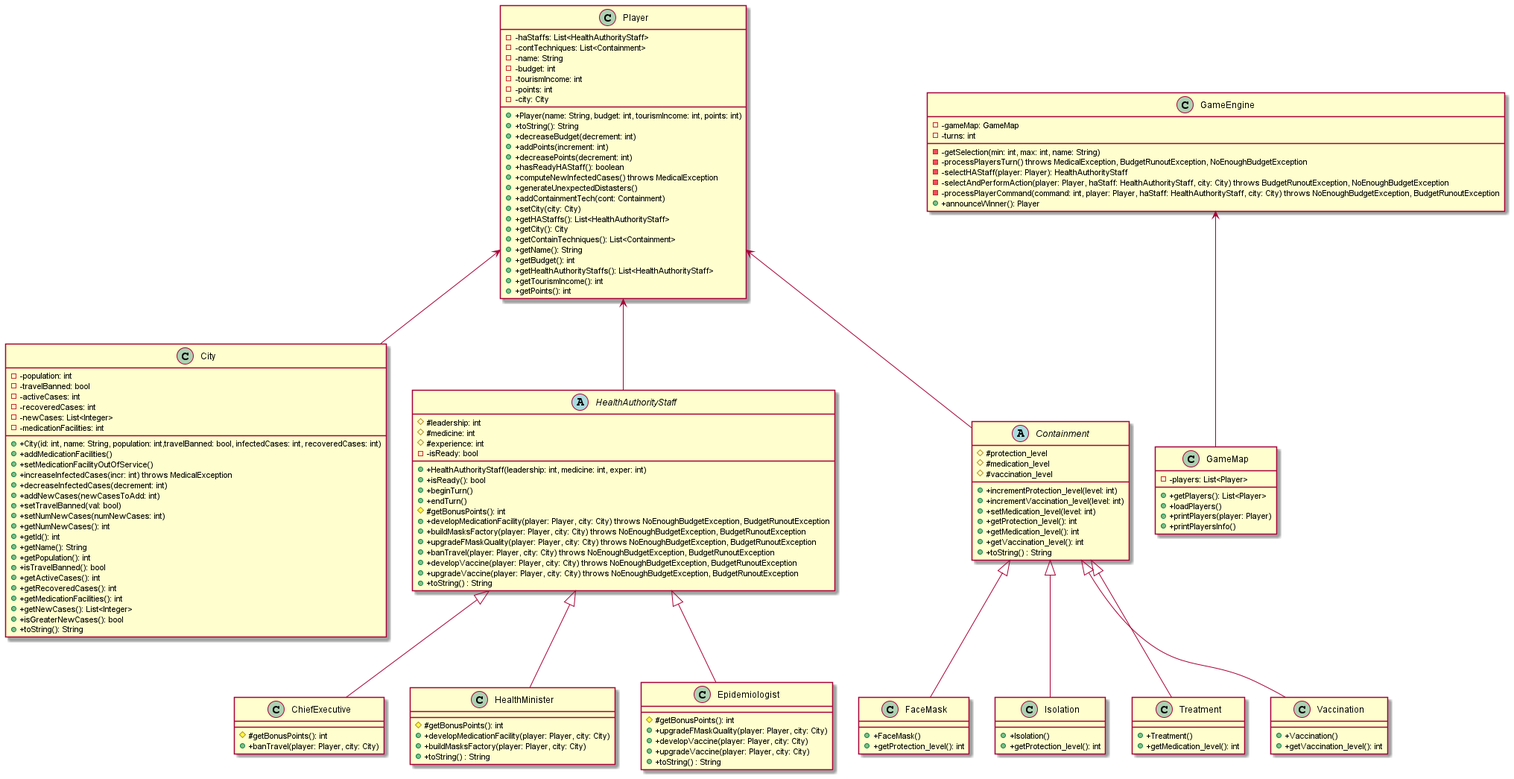
The PlantUML diagram engine.png in ahmad-hl/comp3021-corona-spring2021, before a commit.
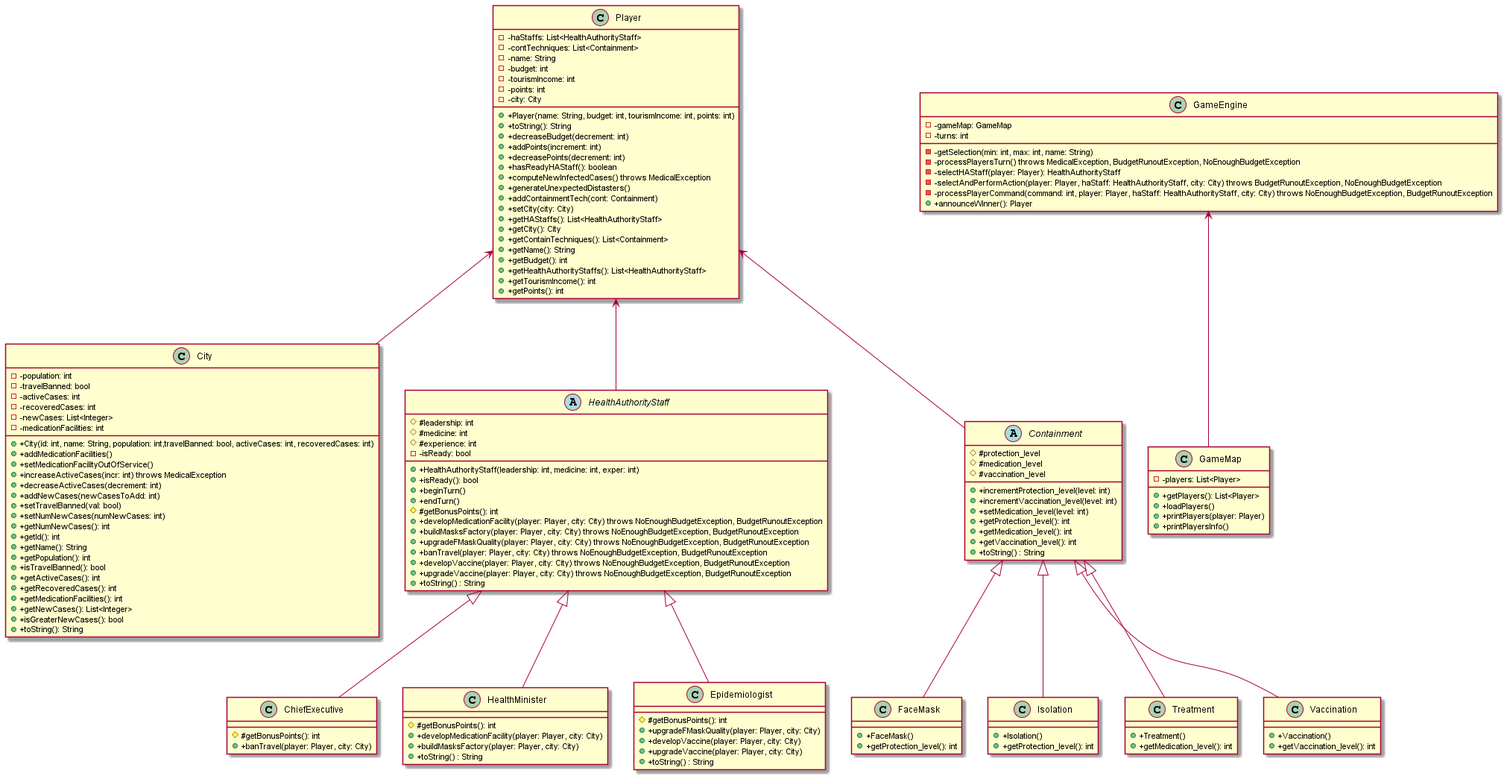
After the change.

Commit message:
update: class diagram to show modifiers, parameters, and return types

Diff of the diagram source:
```diff
@@ -6,11 +6,11 @@
 - -recoveredCases: int
 - -newCases: List<Integer>
 - -medicationFacilities: int
-+ +City(id: int, name: String, population: int,travelBanned: bool, infectedCases: int, recoveredCases: int)
++ +City(id: int, name: String, population: int,travelBanned: bool, activeCases: int, recoveredCases: int)
 + +addMedicationFacilities()
 + +setMedicationFacilityOutOfService()
-+ +increaseInfectedCases(incr: int) throws MedicalException
-+ +decreaseInfectedCases(decrement: int)
++ +increaseActiveCases(incr: int) throws MedicalException
++ +decreaseActiveCases(decrement: int)
 + +addNewCases(newCasesToAdd: int)
 + +setTravelBanned(val: bool)
 + +setNumNewCases(numNewCases: int)
```
